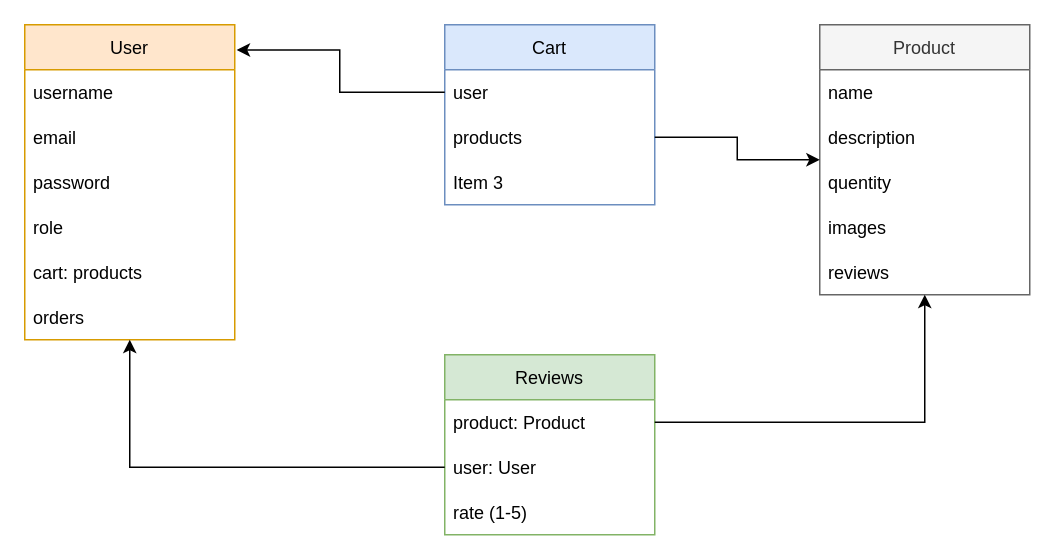
Earlier version of the draw.io diagram diagrams/Untitled Diagram.drawio (Khaled802/wasit). Source tidied: cells renumbered, new cells numbered last; positions are measured from the earlier drawing's top-left corner, leaving out a move shared by most shapes. Both pictures are drawn from the tidied source at 150%, with x=0, y=0 at pixel (24, 24).
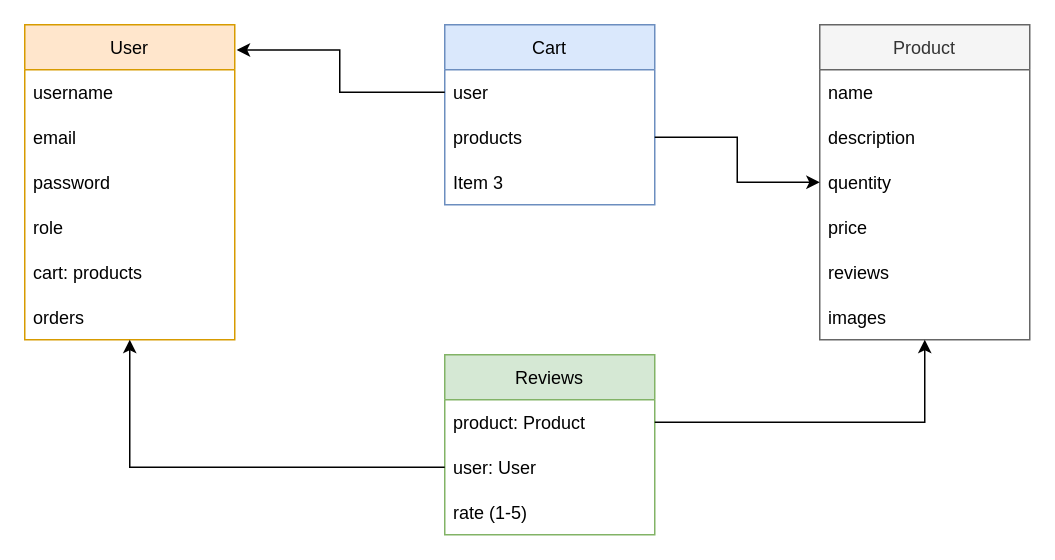
Above is the later version.

Change to the diagram source:
```diff
@@
     <mxCell id="2" value="Product" style="swimlane;fontStyle=0;horizontal=1;startSize=30;fillColor=#f5f5f5;fontColor=#333333;strokeColor=#666666;" parent="1" vertex="1">
-      <mxGeometry x="530" width="140" height="180" as="geometry" />
+      <mxGeometry x="530" width="140" height="210" as="geometry" />
     </mxCell>
@@
+    <mxCell id="27" value="price" style="text;strokeColor=none;fillColor=none;align=left;verticalAlign=middle;spacingLeft=4;spacingRight=4;overflow=hidden;" parent="2" vertex="1">
+      <mxGeometry y="120" width="140" height="30" as="geometry" />
+    </mxCell>
+    <mxCell id="7" value="reviews" style="text;strokeColor=none;fillColor=none;align=left;verticalAlign=middle;spacingLeft=4;spacingRight=4;overflow=hidden;" parent="2" vertex="1">
+      <mxGeometry y="150" width="140" height="30" as="geometry" />
+    </mxCell>
     <mxCell id="6" value="images" style="text;strokeColor=none;fillColor=none;align=left;verticalAlign=middle;spacingLeft=4;spacingRight=4;overflow=hidden;" parent="2" vertex="1">
-      <mxGeometry y="120" width="140" height="30" as="geometry" />
+      <mxGeometry y="180" width="140" height="30" as="geometry" />
     </mxCell>
-    <mxCell id="7" value="reviews" style="text;strokeColor=none;fillColor=none;align=left;verticalAlign=middle;spacingLeft=4;spacingRight=4;overflow=hidden;" parent="2" vertex="1">
-      <mxGeometry y="150" width="140" height="30" as="geometry" />
-    </mxCell>
```
